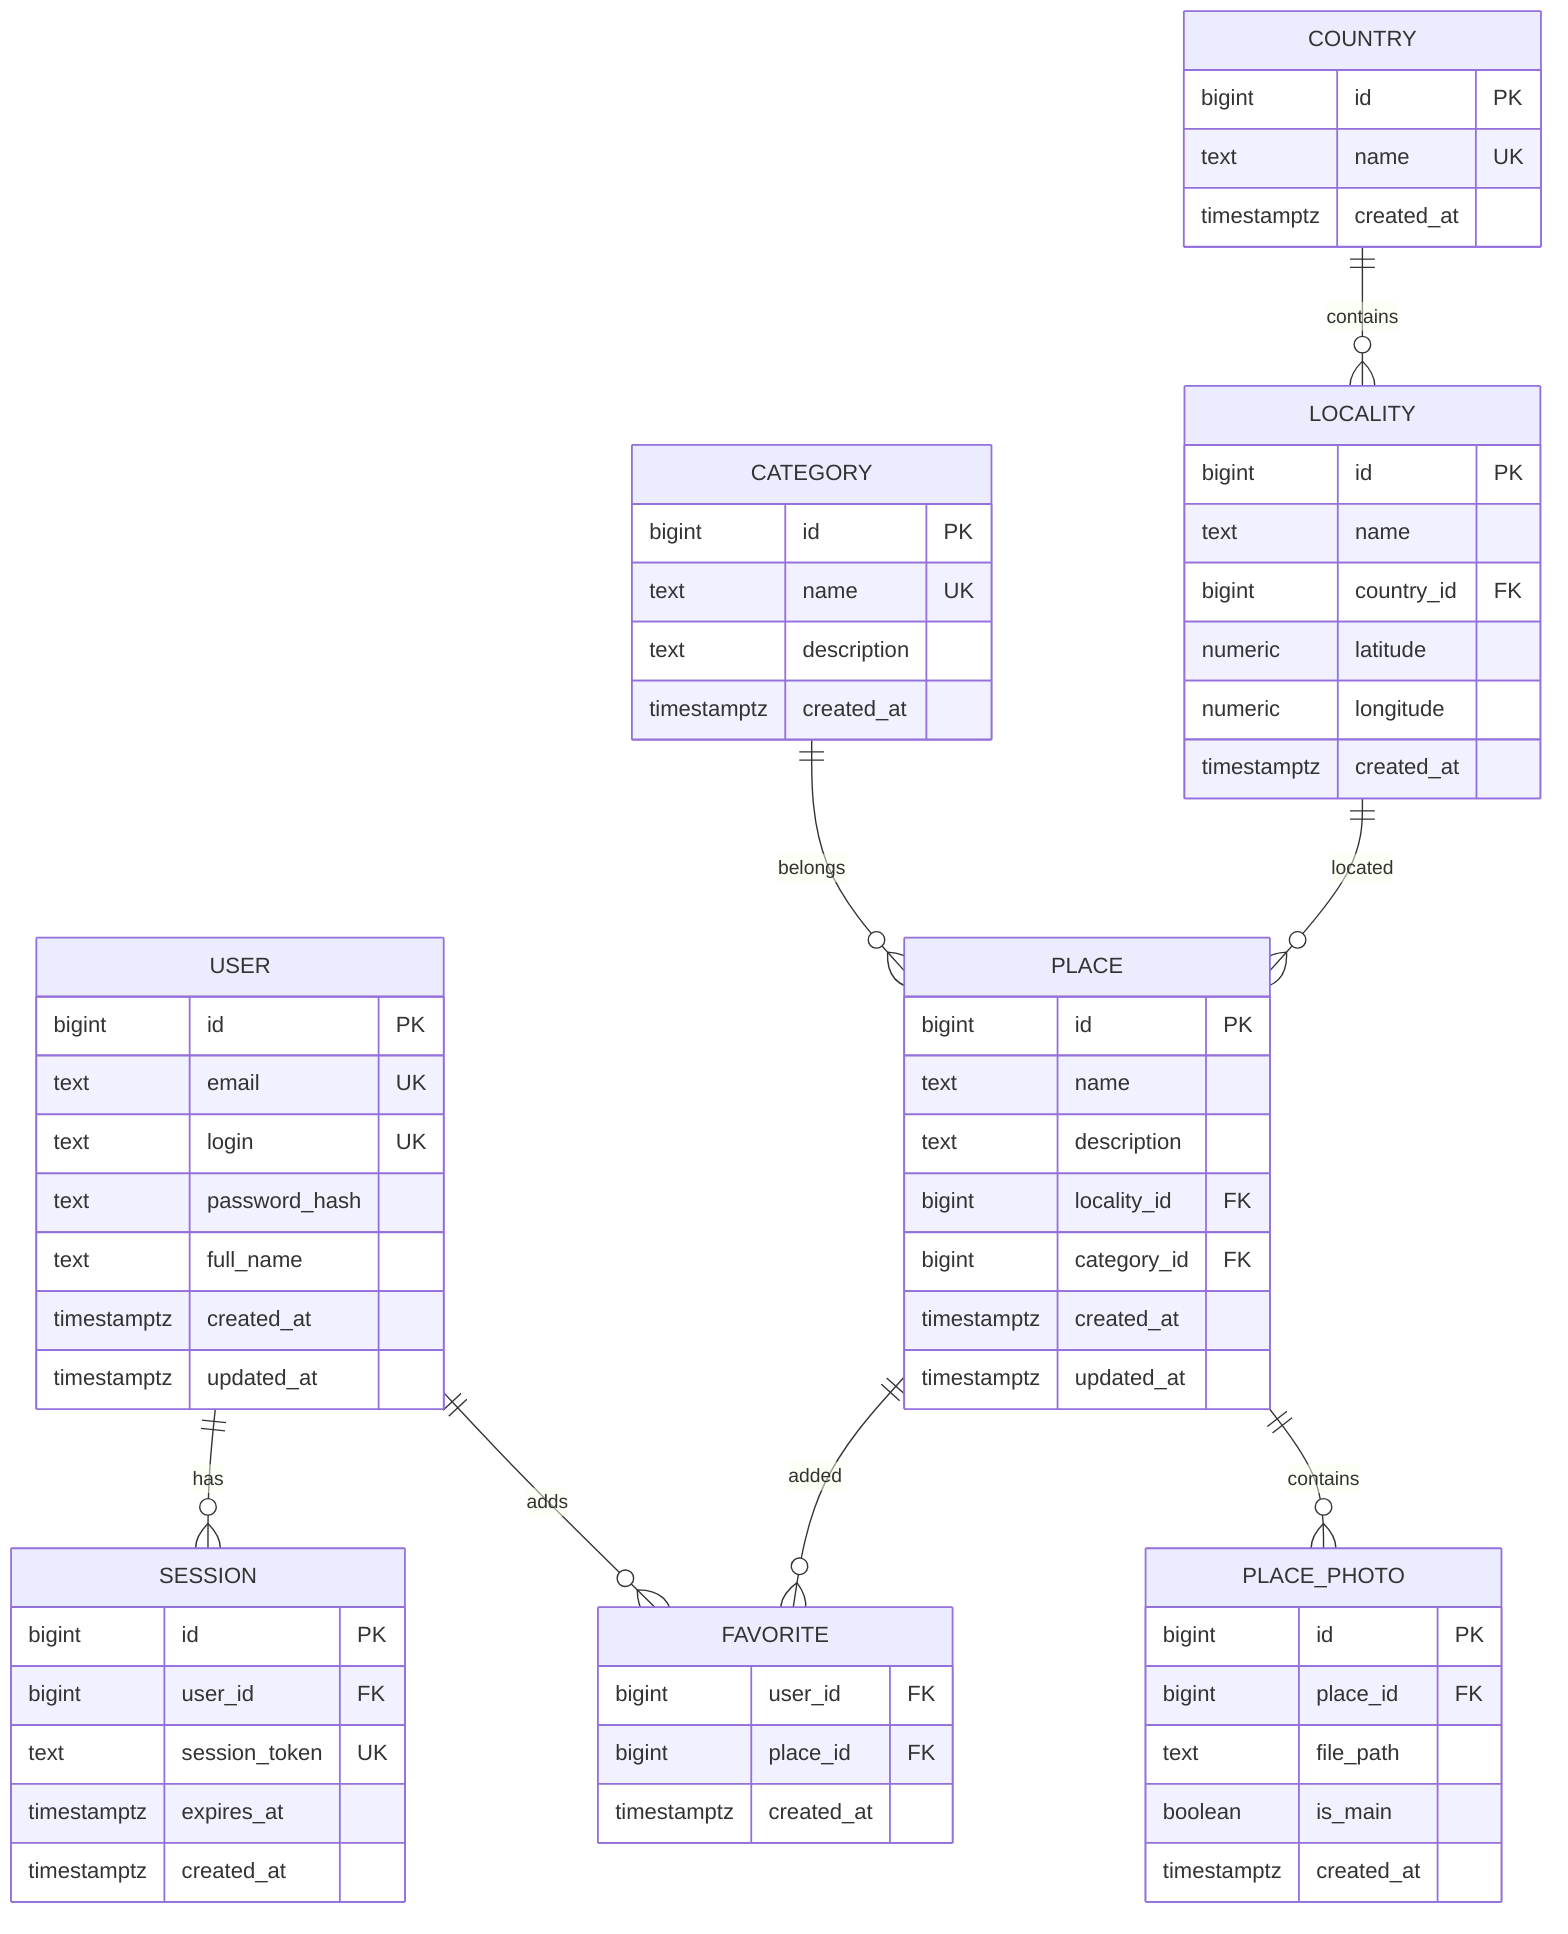
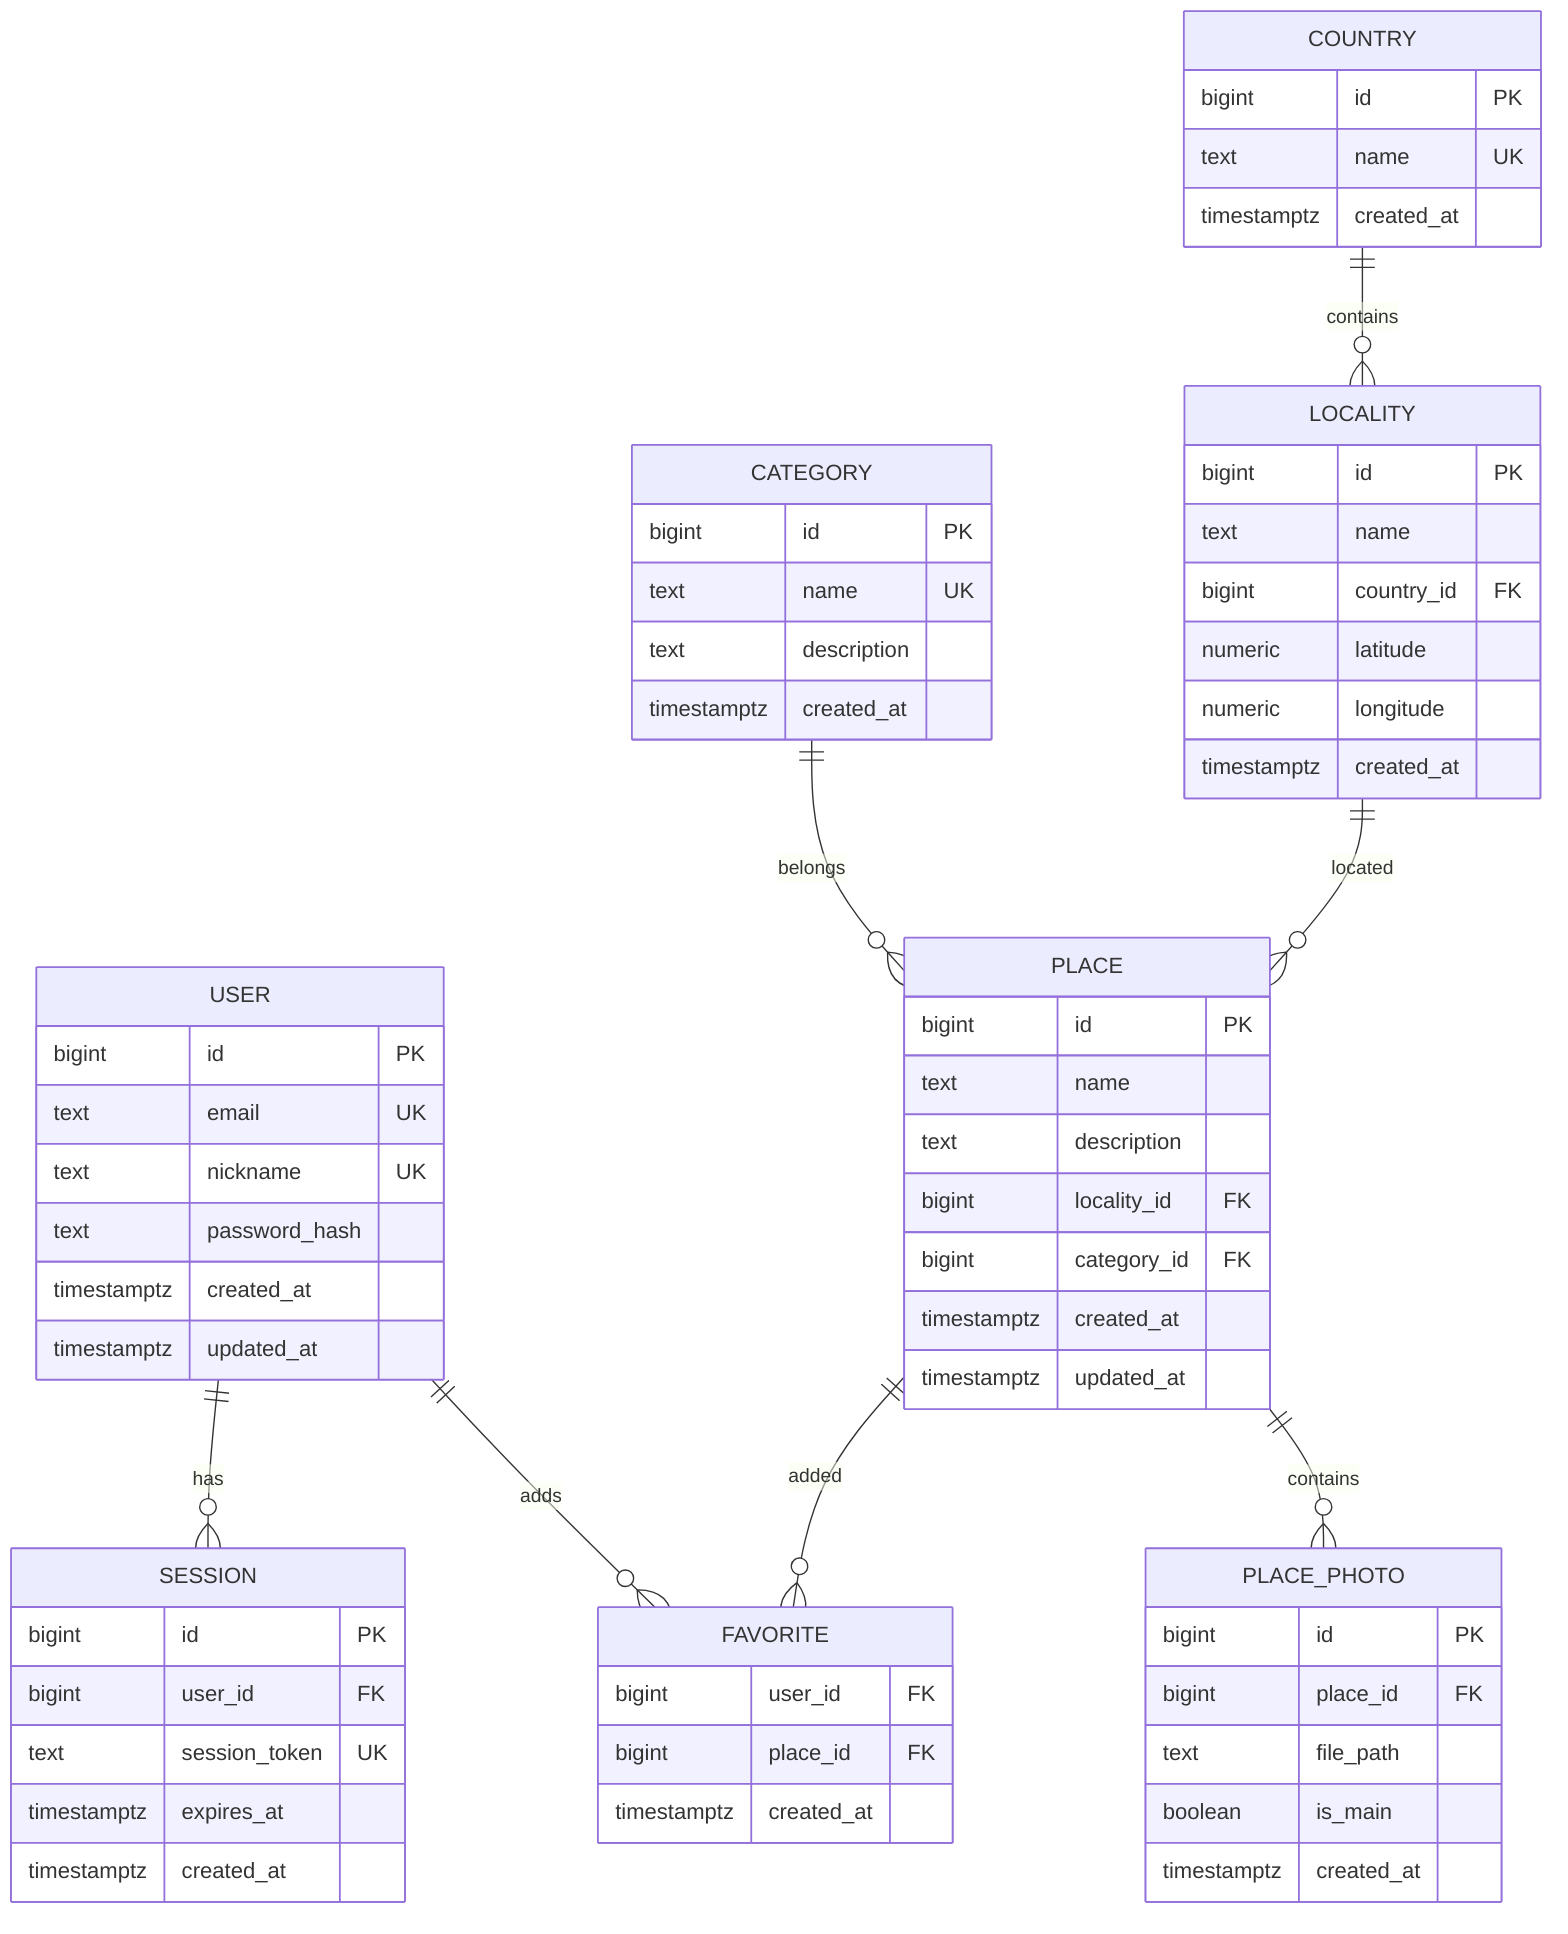
erDiagram
    USER ||--o{ SESSION : has
    USER ||--o{ FAVORITE : adds
    PLACE ||--o{ FAVORITE : added
    PLACE ||--o{ PLACE_PHOTO : contains
    CATEGORY ||--o{ PLACE : belongs
    LOCALITY ||--o{ PLACE : located
    COUNTRY ||--o{ LOCALITY : contains

    USER {
        bigint id PK
        text email UK
-         text login UK
+         text nickname UK
        text password_hash
-         text full_name
        timestamptz created_at
        timestamptz updated_at
    }

    SESSION {
        bigint id PK
        bigint user_id FK
        text session_token UK
        timestamptz expires_at
        timestamptz created_at
    }

    FAVORITE {
        bigint user_id FK
        bigint place_id FK
        timestamptz created_at
    }

    PLACE {
        bigint id PK
        text name
        text description
        bigint locality_id FK
        bigint category_id FK
        timestamptz created_at
        timestamptz updated_at
    }

    PLACE_PHOTO {
        bigint id PK
        bigint place_id FK
        text file_path
        boolean is_main
        timestamptz created_at
    }

    CATEGORY {
        bigint id PK
        text name UK
        text description
        timestamptz created_at
    }

    LOCALITY {
        bigint id PK
        text name
        bigint country_id FK
        numeric latitude
        numeric longitude
        timestamptz created_at
    }

    COUNTRY {
        bigint id PK
        text name UK
        timestamptz created_at
    }